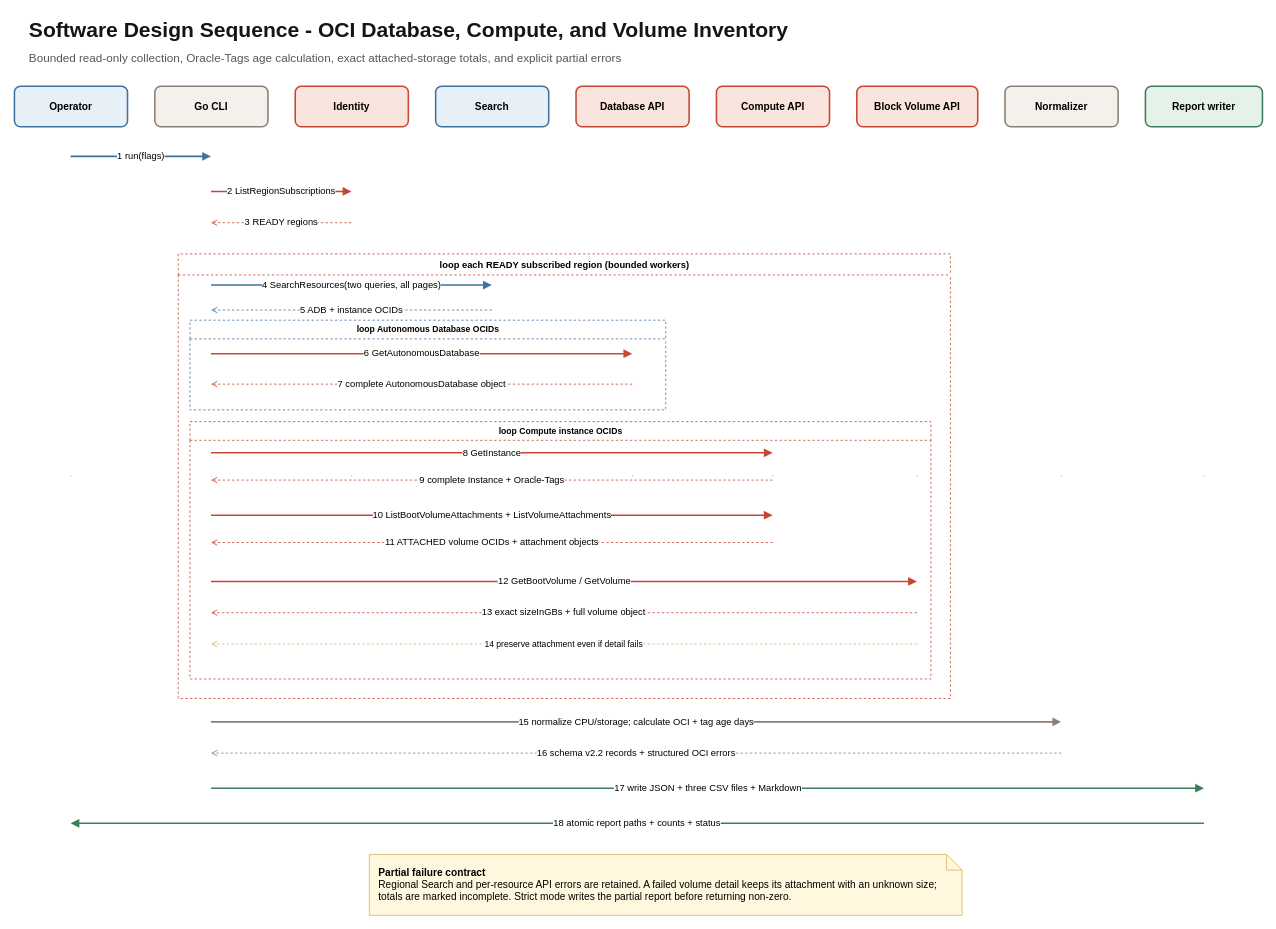
eugsim1/oci-autonomous-database-inventory-go keeps this draw.io diagram as docs/diagrams/oci-adb-inventory-sdd-sequence.drawio. Above is the earlier version. Source tidied: cells renumbered, new cells numbered last; positions are measured from the earlier drawing's top-left corner, leaving out a move shared by most shapes. Both pictures are drawn from the tidied source at 78%, with x=0, y=0 at pixel (14, 13).
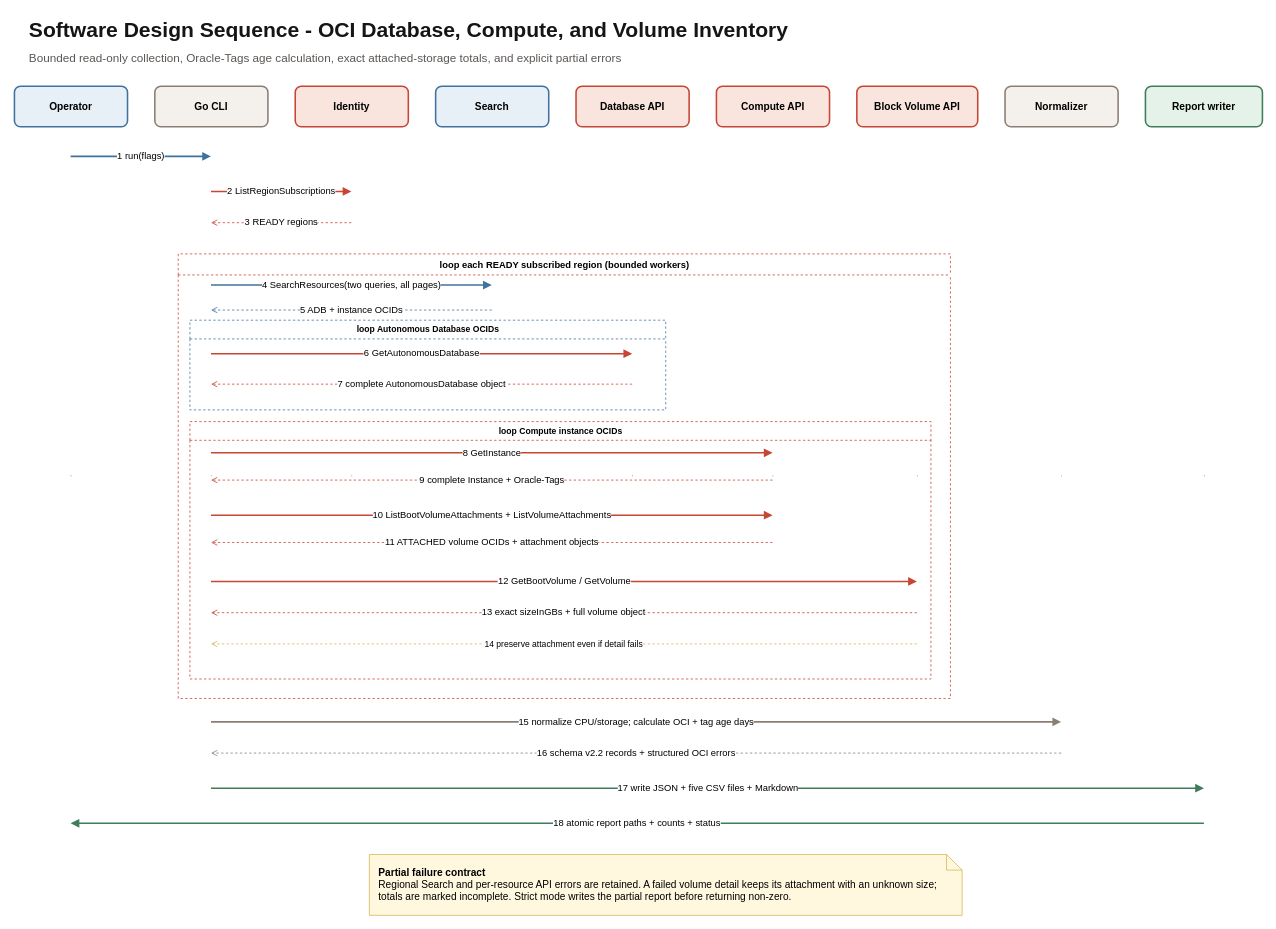
The same page after the edit.

The edit, as a diff of the source:
```diff
@@
-    <mxCell id="41" value="17 write JSON + three CSV files + Markdown" style="edgeStyle=none;html=1;strokeColor=#3F7D5A;strokeWidth=2;endArrow=block;endFill=1;fontFamily=Arial;fontSize=12;labelBackgroundColor=#FFFFFF;" parent="1" edge="1">
+    <mxCell id="41" value="17 write JSON + five CSV files + Markdown" style="edgeStyle=none;html=1;strokeColor=#3F7D5A;strokeWidth=2;endArrow=block;endFill=1;fontFamily=Arial;fontSize=12;labelBackgroundColor=#FFFFFF;" parent="1" edge="1">
       <mxGeometry relative="1" as="geometry">
         <mxPoint x="252" y="993" as="sourcePoint" />
         <mxPoint x="1525" y="993" as="targetPoint" />
       </mxGeometry>
     </mxCell>
```
